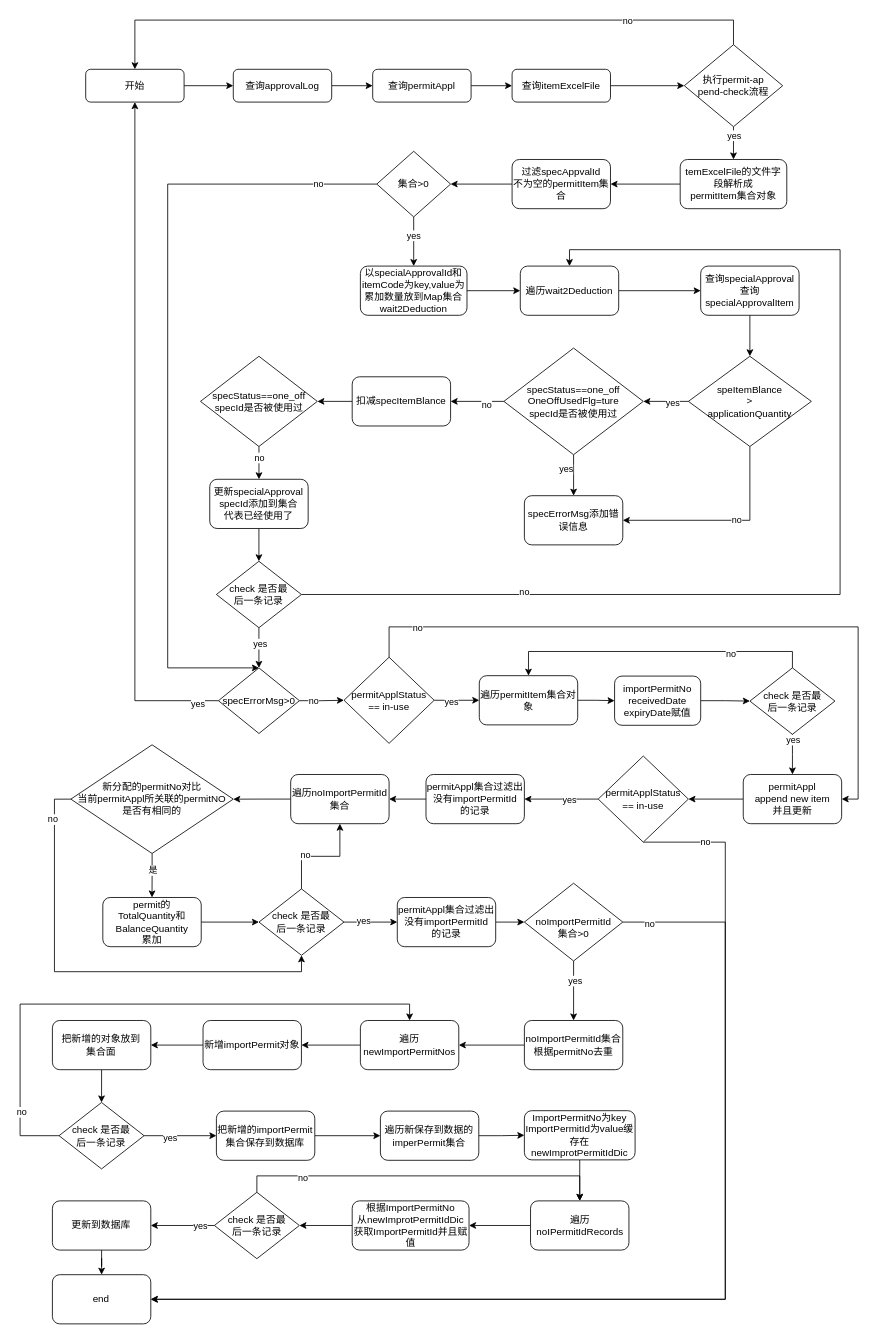
1119132473/doc keeps this draw.io diagram as permit-append-appraved.drawio. Above is the earlier version. Source tidied: cells renumbered, new cells numbered last; positions are measured from the earlier drawing's top-left corner, leaving out a move shared by most shapes. Both pictures are drawn from the tidied source at 82%, with x=0, y=0 at pixel (20, 20).
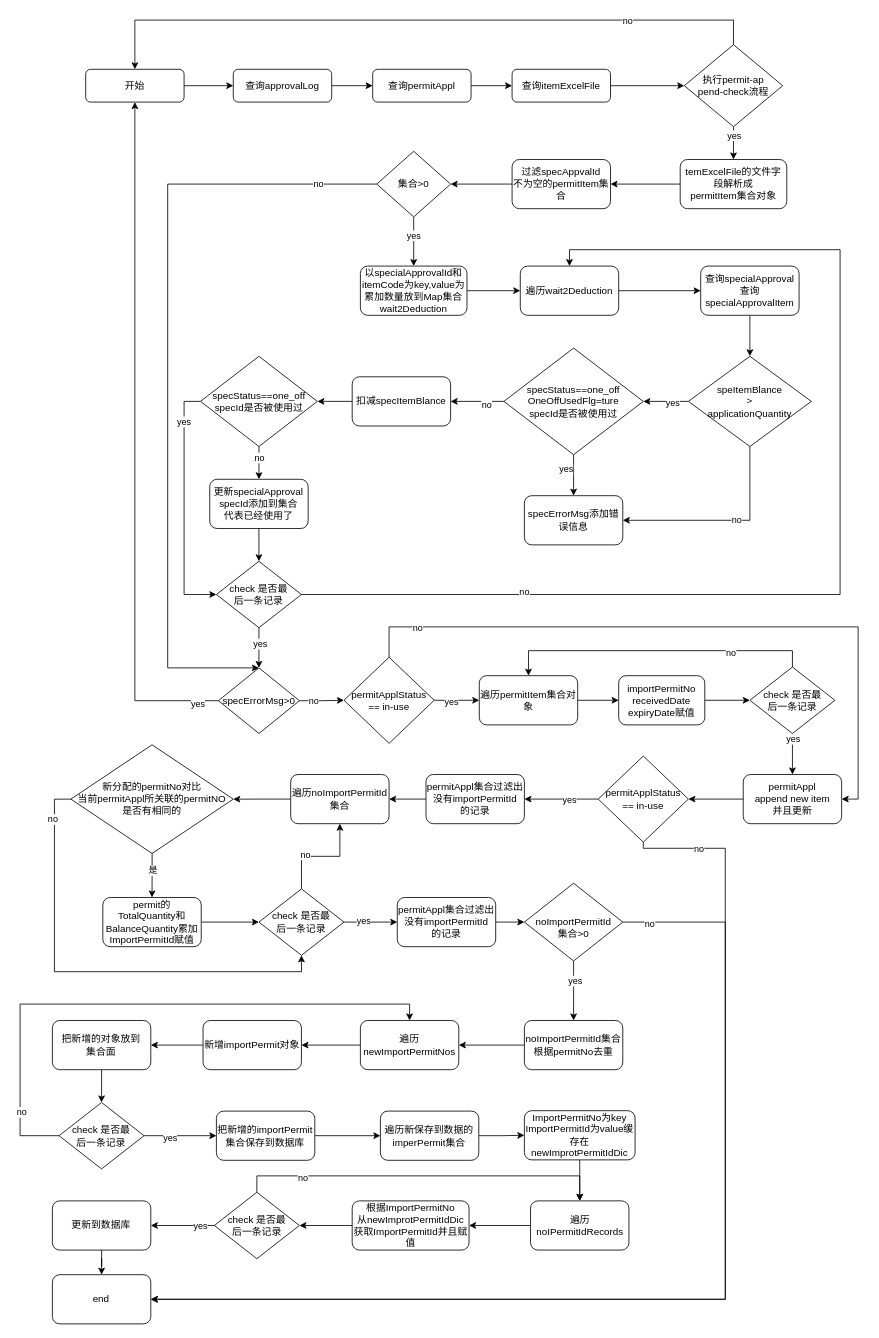
Above is the later version.

The change refers to these unchanged cells:
```xml
<mxCell id="45" value="&lt;div&gt;specStatus==one_off&lt;/div&gt;specId是否被使用过" style="rhombus;whiteSpace=wrap;html=1;" parent="1" vertex="1">
  <mxGeometry x="220" y="410" width="142.5" height="110" as="geometry" />
</mxCell>
<mxCell id="66" value="&lt;div&gt;check 是否最&lt;/div&gt;&lt;div&gt;后一条记录&lt;/div&gt;" style="rhombus;whiteSpace=wrap;html=1;" parent="1" vertex="1">
  <mxGeometry x="239.4" y="660" width="103.7" height="81" as="geometry" />
</mxCell>
<mxCell id="78" value="&lt;div&gt;permitApplStatus&lt;/div&gt;&lt;div&gt;== in-use&lt;br&gt;&lt;/div&gt;" style="rhombus;whiteSpace=wrap;html=1;" parent="1" vertex="1">
  <mxGeometry x="705" y="897.5" width="110" height="105" as="geometry" />
</mxCell>
<mxCell id="132" value="end" style="whiteSpace=wrap;html=1;rounded=1;" parent="1" vertex="1">
  <mxGeometry x="39.4" y="1530" width="120" height="60" as="geometry" />
</mxCell>
```

Diff of the diagram source:
```diff
@@
+    <mxCell id="133" style="edgeStyle=orthogonalEdgeStyle;rounded=0;jettySize=auto;html=1;exitX=0;exitY=0.5;exitDx=0;exitDy=0;entryX=0;entryY=0.5;entryDx=0;entryDy=0;" parent="1" edge="1" source="45" target="66">
+      <mxGeometry relative="1" as="geometry" />
+    </mxCell>
+    <mxCell id="134" value="yes" style="edgeLabel;html=1;align=center;verticalAlign=middle;" parent="133" vertex="1">
+      <mxGeometry x="-0.7" y="-1" relative="1" as="geometry" />
+    </mxCell>
@@
     <mxCell id="65" value="&lt;div&gt;importPermitNo&lt;/div&gt;&lt;div&gt;receivedDate&lt;/div&gt;&lt;div&gt;expiryDate赋值&lt;br&gt;&lt;/div&gt;" style="rounded=1;whiteSpace=wrap;html=1;" parent="1" vertex="1">
-      <mxGeometry x="725" y="800" width="105" height="60" as="geometry" />
+      <mxGeometry x="730" y="799.5" width="105" height="60" as="geometry" />
     </mxCell>
@@
     <mxCell id="71" value="&lt;div&gt;check 是否最&lt;/div&gt;&lt;div&gt;后一条记录&lt;/div&gt;" style="rhombus;whiteSpace=wrap;html=1;" parent="1" vertex="1">
-      <mxGeometry x="890" y="790" width="103.7" height="81" as="geometry" />
+      <mxGeometry x="890" y="789" width="103.7" height="81" as="geometry" />
     </mxCell>
@@
     <mxCell id="76" style="edgeStyle=orthogonalEdgeStyle;rounded=0;jettySize=auto;html=1;exitX=0.5;exitY=1;exitDx=0;exitDy=0;entryX=1;entryY=0.5;entryDx=0;entryDy=0;" parent="1" edge="1" source="78" target="132">
       <mxGeometry relative="1" as="geometry">
         <Array as="points">
-          <mxPoint x="860" y="1003" />
+          <mxPoint x="760" y="1010" />
+          <mxPoint x="860" y="1010" />
           <mxPoint x="860" y="1560" />
         </Array>
       </mxGeometry>
     </mxCell>
@@
-    <mxCell id="89" value="&lt;div&gt;permit的&lt;/div&gt;&lt;div&gt;TotalQuantity和&lt;/div&gt;&lt;div&gt;BalanceQuantity&lt;/div&gt;累加" style="rounded=1;whiteSpace=wrap;html=1;" parent="1" vertex="1">
+    <mxCell id="89" value="&lt;div&gt;permit的&lt;/div&gt;&lt;div&gt;TotalQuantity和&lt;/div&gt;&lt;div&gt;BalanceQuantity累加&lt;/div&gt;&lt;div&gt;ImportPermitId赋值&lt;br&gt;&lt;/div&gt;" style="rounded=1;whiteSpace=wrap;html=1;" parent="1" vertex="1">
       <mxGeometry x="100.9" y="1070" width="120" height="60" as="geometry" />
     </mxCell>
```
